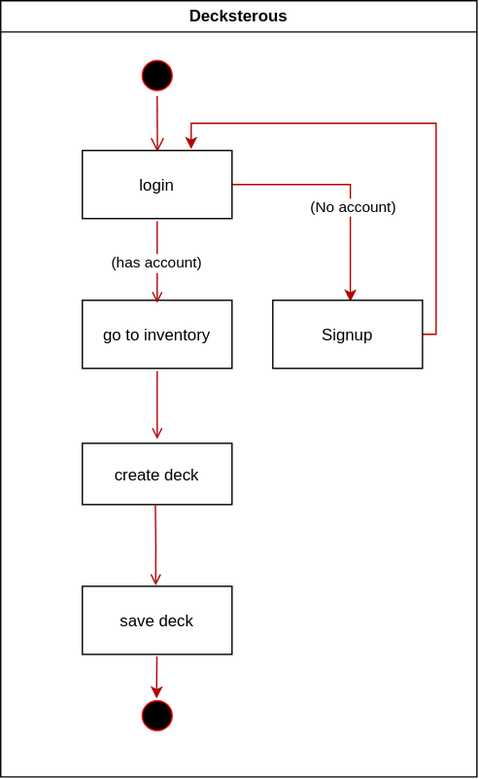
Before: diagrams/activity_create_decks.drawio.svg, a diagram exported from draw.io (i3ene/decksterous). Source tidied: cells renumbered, new cells last; positions are measured from the earlier drawing's top-left corner, leaving out a move shared by most shapes.
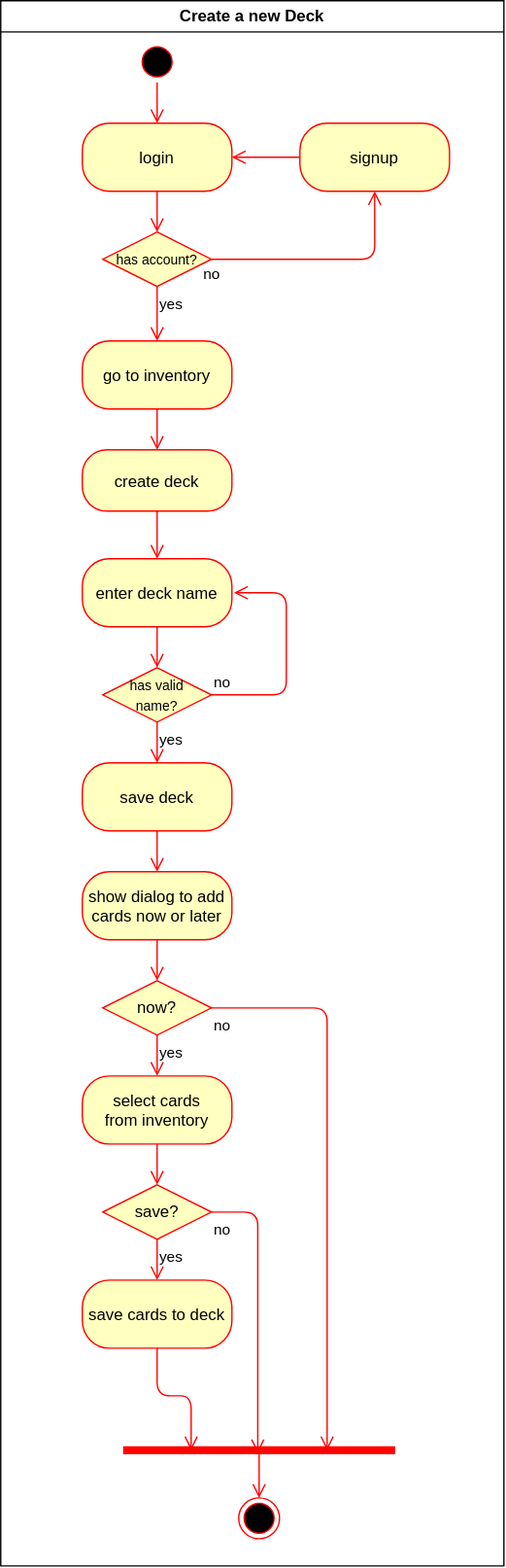
The same diagram one commit later.

Commit message:
Added activity and mockup diagrams

Diff of the diagram source:
```diff
@@ -2,72 +2,133 @@
   <root>
     <mxCell id="0" />
     <mxCell id="1" parent="0" />
-    <mxCell id="2" value="Decksterous" style="swimlane;whiteSpace=wrap;" parent="1" vertex="1">
-      <mxGeometry width="350" height="570" as="geometry" />
+    <mxCell id="2" value="Create a new Deck" style="swimlane;whiteSpace=wrap;swimlaneLine=1;" parent="1" vertex="1">
+      <mxGeometry width="370" height="1150" as="geometry" />
     </mxCell>
     <mxCell id="3" style="ellipse;shape=startState;fillColor=#000000;strokeColor=#ff0000;" parent="2" vertex="1">
-      <mxGeometry x="100" y="40" width="30" height="30" as="geometry" />
+      <mxGeometry x="100" y="30" width="30" height="30" as="geometry" />
     </mxCell>
-    <mxCell id="4" style="edgeStyle=elbowEdgeStyle;elbow=horizontal;verticalAlign=bottom;endArrow=open;endSize=8;strokeColor=#B20000;endFill=1;rounded=0;entryX=0.5;entryY=0.02;entryDx=0;entryDy=0;entryPerimeter=0;fillColor=#e51400;" parent="2" edge="1" source="3" target="7">
-      <mxGeometry x="100" y="40" as="geometry" />
-    </mxCell>
-    <mxCell id="5" style="edgeStyle=orthogonalEdgeStyle;rounded=0;jettySize=auto;html=1;entryX=0.518;entryY=0.02;entryDx=0;entryDy=0;entryPerimeter=0;fillColor=#e51400;strokeColor=#B20000;" parent="2" edge="1" source="7" target="13">
-      <mxGeometry relative="1" as="geometry" />
-    </mxCell>
-    <mxCell id="6" value="(No account)" style="edgeLabel;html=1;align=center;verticalAlign=middle;" parent="5" vertex="1">
-      <mxGeometry x="0.39" y="2" relative="1" as="geometry" />
-    </mxCell>
-    <mxCell id="7" value="login" parent="2" vertex="1">
-      <mxGeometry x="60" y="110" width="110" height="50" as="geometry" />
+    <mxCell id="7" value="login" style="perimeter=rectanglePerimeter;fillColor=#ffffc0;strokeColor=#ff0000;fontColor=#000000;rounded=1;arcSize=40;" parent="2" vertex="1">
+      <mxGeometry x="60" y="90" width="110" height="50" as="geometry" />
     </mxCell>
-    <mxCell id="8" value="go to inventory" parent="2" vertex="1">
-      <mxGeometry x="60" y="220" width="110" height="50" as="geometry" />
+    <mxCell id="8" value="go to inventory" style="perimeter=rectanglePerimeter;fillColor=#ffffc0;strokeColor=#ff0000;fontColor=#000000;rounded=1;arcSize=40;" parent="2" vertex="1">
+      <mxGeometry x="60" y="250" width="110" height="50" as="geometry" />
     </mxCell>
-    <mxCell id="9" value="(has account)" style="endArrow=open;strokeColor=#B20000;endFill=1;rounded=0;fillColor=#e51400;" parent="2" edge="1">
-      <mxGeometry relative="1" as="geometry">
-        <mxPoint x="115" y="162" as="sourcePoint" />
-        <mxPoint x="115" y="222" as="targetPoint" />
-        <Array as="points">
-          <mxPoint x="115" y="192" />
-        </Array>
-      </mxGeometry>
-    </mxCell>
-    <mxCell id="10" value="create deck" parent="2" vertex="1">
-      <mxGeometry x="60" y="325" width="110" height="45" as="geometry" />
+    <mxCell id="10" value="create deck" style="perimeter=rectanglePerimeter;fillColor=#ffffc0;strokeColor=#ff0000;fontColor=#000000;rounded=1;arcSize=40;" parent="2" vertex="1">
+      <mxGeometry x="60" y="330" width="110" height="45" as="geometry" />
     </mxCell>
-    <mxCell id="11" style="endArrow=open;strokeColor=#B20000;endFill=1;rounded=0;fillColor=#e51400;" parent="2" edge="1">
-      <mxGeometry relative="1" as="geometry">
-        <mxPoint x="115" y="272" as="sourcePoint" />
-        <mxPoint x="115" y="322" as="targetPoint" />
-      </mxGeometry>
-    </mxCell>
+    <mxCell id="13" value="signup" style="perimeter=rectanglePerimeter;fillColor=#ffffc0;strokeColor=#ff0000;fontColor=#000000;rounded=1;arcSize=40;" parent="2" vertex="1">
+      <mxGeometry x="220" y="90" width="110" height="50" as="geometry" />
+    </mxCell>
+    <mxCell id="15" value="enter deck name" style="perimeter=rectanglePerimeter;fillColor=#ffffc0;strokeColor=#ff0000;fontColor=#000000;rounded=1;arcSize=40;" parent="2" vertex="1">
+      <mxGeometry x="60" y="410" width="110" height="50" as="geometry" />
+    </mxCell>
+    <mxCell id="18" value="save deck" style="perimeter=rectanglePerimeter;fillColor=#ffffc0;strokeColor=#ff0000;fontColor=#000000;rounded=1;arcSize=40;" parent="2" vertex="1">
+      <mxGeometry x="60" y="560" width="110" height="50" as="geometry" />
+    </mxCell>
+    <mxCell id="19" value="&lt;font style=&quot;font-size: 10px&quot;&gt;has valid&lt;br&gt;name?&lt;/font&gt;" style="rhombus;whiteSpace=wrap;html=1;fillColor=#ffffc0;strokeColor=#ff0000;" parent="2" vertex="1">
+      <mxGeometry x="75" y="490" width="80" height="40" as="geometry" />
+    </mxCell>
+    <mxCell id="20" value="no" style="edgeStyle=orthogonalEdgeStyle;html=1;align=left;verticalAlign=bottom;endArrow=open;endSize=8;strokeColor=#ff0000;exitX=1;exitY=0.5;exitDx=0;exitDy=0;entryX=1.014;entryY=0.49;entryDx=0;entryDy=0;entryPerimeter=0;" parent="2" edge="1" source="19" target="15">
+      <mxGeometry x="-1" relative="1" as="geometry">
+        <Array as="points">
+          <mxPoint x="210" y="510" />
+          <mxPoint x="210" y="435" />
+          <mxPoint x="172" y="435" />
+        </Array>
+      </mxGeometry>
+    </mxCell>
+    <mxCell id="21" value="yes" style="edgeStyle=orthogonalEdgeStyle;html=1;align=left;verticalAlign=top;endArrow=open;endSize=8;strokeColor=#ff0000;entryX=0.5;entryY=0;entryDx=0;entryDy=0;entryPerimeter=0;" parent="2" edge="1" source="19" target="18">
+      <mxGeometry x="-1" relative="1" as="geometry" />
+    </mxCell>
+    <mxCell id="22" value="show dialog to add&#10;cards now or later" style="perimeter=rectanglePerimeter;fillColor=#ffffc0;strokeColor=#ff0000;fontColor=#000000;rounded=1;arcSize=40;" parent="2" vertex="1">
+      <mxGeometry x="60" y="640" width="110" height="50" as="geometry" />
+    </mxCell>
+    <mxCell id="23" value="now?" style="rhombus;whiteSpace=wrap;html=1;fillColor=#ffffc0;strokeColor=#ff0000;" parent="2" vertex="1">
+      <mxGeometry x="75" y="720" width="80" height="40" as="geometry" />
+    </mxCell>
+    <mxCell id="24" value="select cards&#10;from inventory" style="perimeter=rectanglePerimeter;fillColor=#ffffc0;strokeColor=#ff0000;fontColor=#000000;rounded=1;arcSize=40;" parent="2" vertex="1">
+      <mxGeometry x="60" y="790" width="110" height="50" as="geometry" />
+    </mxCell>
+    <mxCell id="25" value="save cards to deck" style="perimeter=rectanglePerimeter;fillColor=#ffffc0;strokeColor=#ff0000;fontColor=#000000;rounded=1;arcSize=40;" parent="2" vertex="1">
+      <mxGeometry x="60" y="940" width="110" height="50" as="geometry" />
+    </mxCell>
+    <mxCell id="26" value="save?" style="rhombus;whiteSpace=wrap;html=1;fillColor=#ffffc0;strokeColor=#ff0000;" parent="2" vertex="1">
+      <mxGeometry x="75" y="870" width="80" height="40" as="geometry" />
+    </mxCell>
+    <mxCell id="27" style="edgeStyle=orthogonalEdgeStyle;html=1;align=left;verticalAlign=top;endArrow=open;endSize=8;strokeColor=#ff0000;entryX=0.5;entryY=0;entryDx=0;entryDy=0;exitX=0.5;exitY=1;exitDx=0;exitDy=0;" parent="2" edge="1" source="18" target="22">
+      <mxGeometry x="-1" relative="1" as="geometry" />
+    </mxCell>
+    <mxCell id="28" value="yes" style="edgeStyle=orthogonalEdgeStyle;html=1;align=left;verticalAlign=top;endArrow=open;endSize=8;strokeColor=#ff0000;exitX=0.5;exitY=1;exitDx=0;exitDy=0;snapToPoint=1;entryX=0.5;entryY=0;entryDx=0;entryDy=0;" parent="2" edge="1" source="23" target="24">
+      <mxGeometry x="-1" relative="1" as="geometry" />
+    </mxCell>
+    <mxCell id="29" value="yes" style="edgeStyle=orthogonalEdgeStyle;html=1;align=left;verticalAlign=top;endArrow=open;endSize=8;strokeColor=#ff0000;exitX=0.5;exitY=1;exitDx=0;exitDy=0;entryX=0.5;entryY=0;entryDx=0;entryDy=0;" parent="2" edge="1" source="26" target="25">
+      <mxGeometry x="-1" relative="1" as="geometry" />
+    </mxCell>
+    <mxCell id="30" value="no" style="edgeStyle=orthogonalEdgeStyle;html=1;align=left;verticalAlign=top;endArrow=open;endSize=8;strokeColor=#ff0000;exitX=1;exitY=0.5;exitDx=0;exitDy=0;entryX=0.497;entryY=0.731;entryDx=0;entryDy=0;entryPerimeter=0;" parent="2" edge="1" source="26" target="42">
+      <mxGeometry x="-1" relative="1" as="geometry">
+        <Array as="points">
+          <mxPoint x="189" y="890" />
+          <mxPoint x="189" y="1067" />
+        </Array>
+      </mxGeometry>
+    </mxCell>
+    <mxCell id="31" value="no" style="edgeStyle=orthogonalEdgeStyle;html=1;align=left;verticalAlign=top;endArrow=open;endSize=8;strokeColor=#ff0000;exitX=1;exitY=0.5;exitDx=0;exitDy=0;entryX=0.75;entryY=0.5;entryDx=0;entryDy=0;entryPerimeter=0;" parent="2" edge="1" source="23" target="42">
+      <mxGeometry x="-1" relative="1" as="geometry">
+        <Array as="points">
+          <mxPoint x="240" y="740" />
+        </Array>
+      </mxGeometry>
+    </mxCell>
+    <mxCell id="32" style="edgeStyle=orthogonalEdgeStyle;html=1;align=left;verticalAlign=top;endArrow=open;endSize=8;strokeColor=#ff0000;exitX=0.5;exitY=1;exitDx=0;exitDy=0;entryX=0.25;entryY=0.5;entryDx=0;entryDy=0;entryPerimeter=0;" parent="2" edge="1" source="25" target="42">
+      <mxGeometry x="-1" relative="1" as="geometry" />
+    </mxCell>
+    <mxCell id="33" value="&lt;font style=&quot;font-size: 10px&quot;&gt;has account?&lt;/font&gt;" style="rhombus;whiteSpace=wrap;html=1;fillColor=#ffffc0;strokeColor=#ff0000;" parent="2" vertex="1">
+      <mxGeometry x="75" y="170" width="80" height="40" as="geometry" />
+    </mxCell>
+    <mxCell id="34" style="edgeStyle=orthogonalEdgeStyle;html=1;align=left;verticalAlign=top;endArrow=open;endSize=8;strokeColor=#ff0000;entryX=0.5;entryY=0;entryDx=0;entryDy=0;exitX=0.5;exitY=1;exitDx=0;exitDy=0;" parent="2" edge="1" source="22" target="23">
+      <mxGeometry x="-1" relative="1" as="geometry" />
+    </mxCell>
+    <mxCell id="35" style="edgeStyle=orthogonalEdgeStyle;html=1;align=left;verticalAlign=top;endArrow=open;endSize=8;strokeColor=#ff0000;entryX=0.5;entryY=0;entryDx=0;entryDy=0;exitX=0.5;exitY=1;exitDx=0;exitDy=0;" parent="2" edge="1" source="15" target="19">
+      <mxGeometry x="-1" relative="1" as="geometry" />
+    </mxCell>
+    <mxCell id="16" style="edgeStyle=orthogonalEdgeStyle;html=1;align=left;verticalAlign=top;endArrow=open;endSize=8;strokeColor=#ff0000;entryX=0.5;entryY=0;entryDx=0;entryDy=0;exitX=0.5;exitY=1;exitDx=0;exitDy=0;" parent="2" edge="1" source="10" target="15">
+      <mxGeometry x="-1" relative="1" as="geometry" />
+    </mxCell>
+    <mxCell id="36" value="yes" style="edgeStyle=orthogonalEdgeStyle;html=1;align=left;verticalAlign=top;endArrow=open;endSize=8;strokeColor=#ff0000;exitX=0.5;exitY=1;exitDx=0;exitDy=0;entryX=0.5;entryY=0;entryDx=0;entryDy=0;" parent="2" edge="1" source="33" target="8">
+      <mxGeometry x="-1" relative="1" as="geometry" />
+    </mxCell>
+    <mxCell id="37" style="edgeStyle=orthogonalEdgeStyle;html=1;align=left;verticalAlign=top;endArrow=open;endSize=8;strokeColor=#ff0000;exitX=0.5;exitY=1;exitDx=0;exitDy=0;entryX=0.5;entryY=0;entryDx=0;entryDy=0;" parent="2" edge="1" source="8" target="10">
+      <mxGeometry x="-1" relative="1" as="geometry" />
+    </mxCell>
+    <mxCell id="38" style="edgeStyle=orthogonalEdgeStyle;html=1;align=left;verticalAlign=top;endArrow=open;endSize=8;strokeColor=#ff0000;exitX=1;exitY=0.5;exitDx=0;exitDy=0;entryX=0.5;entryY=1;entryDx=0;entryDy=0;" parent="2" edge="1" source="33" target="13">
+      <mxGeometry x="-1" relative="1" as="geometry" />
+    </mxCell>
+    <mxCell id="39" value="no" style="edgeLabel;html=1;align=center;verticalAlign=middle;" parent="38" vertex="1">
+      <mxGeometry x="-0.71" y="-1" relative="1" as="geometry">
+        <mxPoint x="-25" y="9" as="offset" />
+      </mxGeometry>
+    </mxCell>
-    <mxCell id="12" style="edgeStyle=orthogonalEdgeStyle;rounded=0;jettySize=auto;html=1;entryX=0.727;entryY=-0.02;entryDx=0;entryDy=0;entryPerimeter=0;fillColor=#e51400;strokeColor=#B20000;" parent="2" edge="1" source="13" target="7">
-      <mxGeometry relative="1" as="geometry">
-        <Array as="points">
-          <mxPoint x="320" y="245" />
-          <mxPoint x="320" y="90" />
-          <mxPoint x="140" y="90" />
-        </Array>
-      </mxGeometry>
+    <mxCell id="12" style="edgeStyle=orthogonalEdgeStyle;html=1;align=left;verticalAlign=top;endArrow=open;endSize=8;strokeColor=#ff0000;exitX=0;exitY=0.5;exitDx=0;exitDy=0;entryX=1;entryY=0.5;entryDx=0;entryDy=0;" parent="2" edge="1" source="13" target="7">
+      <mxGeometry x="-1" relative="1" as="geometry" />
     </mxCell>
-    <mxCell id="13" value="Signup" parent="2" vertex="1">
-      <mxGeometry x="200" y="220" width="110" height="50" as="geometry" />
-    </mxCell>
-    <mxCell id="14" style="edgeStyle=orthogonalEdgeStyle;rounded=0;jettySize=auto;html=1;exitX=0.498;exitY=1.03;exitDx=0;exitDy=0;exitPerimeter=0;entryX=0.486;entryY=0.081;entryDx=0;entryDy=0;entryPerimeter=0;fillColor=#e51400;strokeColor=#B20000;" parent="2" edge="1" source="15" target="17">
-      <mxGeometry relative="1" as="geometry" />
-    </mxCell>
-    <mxCell id="15" value="save deck" parent="2" vertex="1">
-      <mxGeometry x="60" y="430" width="110" height="50" as="geometry" />
-    </mxCell>
-    <mxCell id="16" style="endArrow=open;strokeColor=#B20000;endFill=1;rounded=0;fillColor=#e51400;entryX=0.49;entryY=-0.013;entryDx=0;entryDy=0;entryPerimeter=0;exitX=0.488;exitY=0.996;exitDx=0;exitDy=0;exitPerimeter=0;" parent="2" edge="1" source="10" target="15">
-      <mxGeometry relative="1" as="geometry">
-        <Array as="points">
-          <mxPoint x="114" y="400" />
-        </Array>
-      </mxGeometry>
-    </mxCell>
-    <mxCell id="17" style="ellipse;shape=startState;fillColor=#000000;strokeColor=#ff0000;" parent="2" vertex="1">
-      <mxGeometry x="100" y="510" width="30" height="30" as="geometry" />
-    </mxCell>
+    <mxCell id="4" style="edgeStyle=orthogonalEdgeStyle;html=1;align=left;verticalAlign=top;endArrow=open;endSize=8;strokeColor=#ff0000;exitX=0.5;exitY=1;exitDx=0;exitDy=0;entryX=0.5;entryY=0;entryDx=0;entryDy=0;" parent="2" edge="1" source="3" target="7">
+      <mxGeometry x="-1" relative="1" as="geometry" />
+    </mxCell>
+    <mxCell id="40" style="edgeStyle=orthogonalEdgeStyle;html=1;align=left;verticalAlign=top;endArrow=open;endSize=8;strokeColor=#ff0000;exitX=0.5;exitY=1;exitDx=0;exitDy=0;entryX=0.5;entryY=0;entryDx=0;entryDy=0;" parent="2" edge="1" source="7" target="33">
+      <mxGeometry x="-1" relative="1" as="geometry" />
+    </mxCell>
+    <mxCell id="41" style="edgeStyle=orthogonalEdgeStyle;html=1;align=left;verticalAlign=top;endArrow=open;endSize=8;strokeColor=#ff0000;entryX=0.5;entryY=0;entryDx=0;entryDy=0;exitX=0.5;exitY=1;exitDx=0;exitDy=0;" parent="2" edge="1" source="24" target="26">
+      <mxGeometry x="-1" relative="1" as="geometry" />
+    </mxCell>
+    <mxCell id="42" style="shape=line;html=1;strokeWidth=6;strokeColor=#ff0000;perimeter=none;" parent="2" vertex="1">
+      <mxGeometry x="90" y="1060" width="200" height="10" as="geometry" />
+    </mxCell>
+    <mxCell id="43" style="edgeStyle=orthogonalEdgeStyle;html=1;verticalAlign=bottom;endArrow=open;endSize=8;strokeColor=#ff0000;entryX=0.5;entryY=0;entryDx=0;entryDy=0;" parent="2" edge="1" source="42" target="44">
+      <mxGeometry relative="1" as="geometry" />
+    </mxCell>
+    <mxCell id="44" style="ellipse;html=1;shape=endState;fillColor=#000000;strokeColor=#ff0000;" parent="2" vertex="1">
+      <mxGeometry x="175" y="1100" width="30" height="30" as="geometry" />
+    </mxCell>
   </root>
 </mxGraphModel>
```
